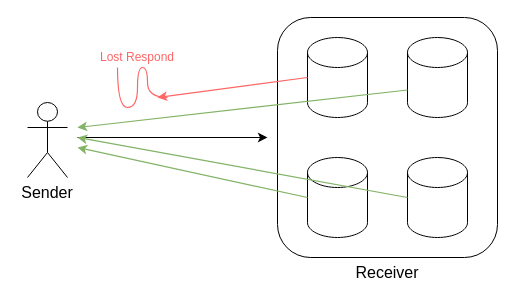
The draw.io diagram ethereum-research/consensus/consensus itself/Crash failure.drawio in 0xyicheng/a-research-diagram, before the edit. Source tidied: cells renumbered, new cells numbered last; positions are measured from the earlier drawing's top-left corner, leaving out a move shared by most shapes. Both pictures are drawn from the tidied source at 100%, with x=0, y=0 at pixel (17, 17).
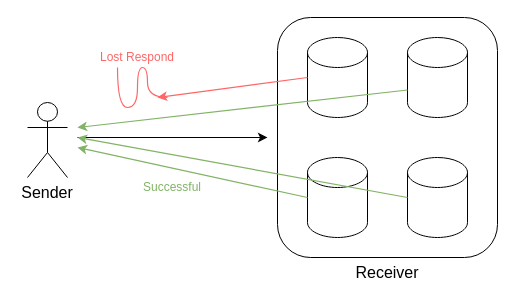
The same diagram, later.

Change to the diagram source:
```diff
@@
+    <mxCell id="17" value="&lt;font color=&quot;#82b366&quot; style=&quot;user-select: auto;&quot;&gt;Successful&lt;/font&gt;" style="text;html=1;strokeColor=none;fillColor=none;align=center;verticalAlign=middle;whiteSpace=wrap;rounded=0;" parent="1" vertex="1">
+      <mxGeometry x="105" y="160" width="100" height="20" as="geometry" />
+    </mxCell>
```
